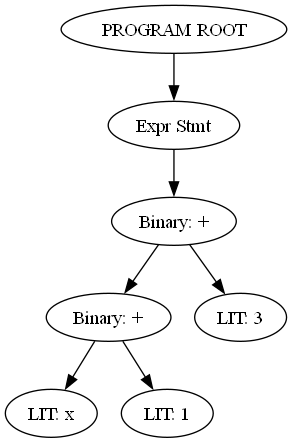
Earlier version of the Graphviz export ast.png (dawabeza/MY-LAGUAGE). Its source is kept beside it as ast.dot.
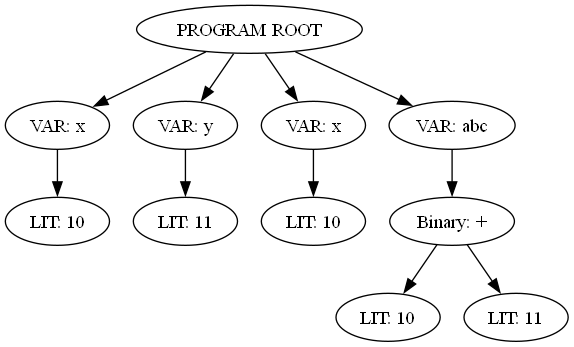
Above is the later version.

What changed in the source:
```diff
@@ -1,16 +1,24 @@
 digraph AST {
     rankdir=TB;
     N0 [label="PROGRAM ROOT"];
-    N1 [label="Expr Stmt"];
+    N1 [label="VAR: x"];
     N0 -> N1;
-    N2 [label="Binary: +"];
+    N2 [label="LIT: 10"];
     N1 -> N2;
-    N3 [label="Binary: +"];
-    N2 -> N3;
-    N4 [label="LIT: x"];
+    N3 [label="VAR: y"];
+    N0 -> N3;
+    N4 [label="LIT: 11"];
     N3 -> N4;
-    N5 [label="LIT: 1"];
-    N3 -> N5;
-    N6 [label="LIT: 3"];
-    N2 -> N6;
+    N5 [label="VAR: x"];
+    N0 -> N5;
+    N6 [label="LIT: 10"];
+    N5 -> N6;
+    N7 [label="VAR: abc"];
+    N0 -> N7;
+    N8 [label="Binary: +"];
+    N7 -> N8;
+    N9 [label="LIT: 10"];
+    N8 -> N9;
+    N10 [label="LIT: 11"];
+    N8 -> N10;
 }
```
